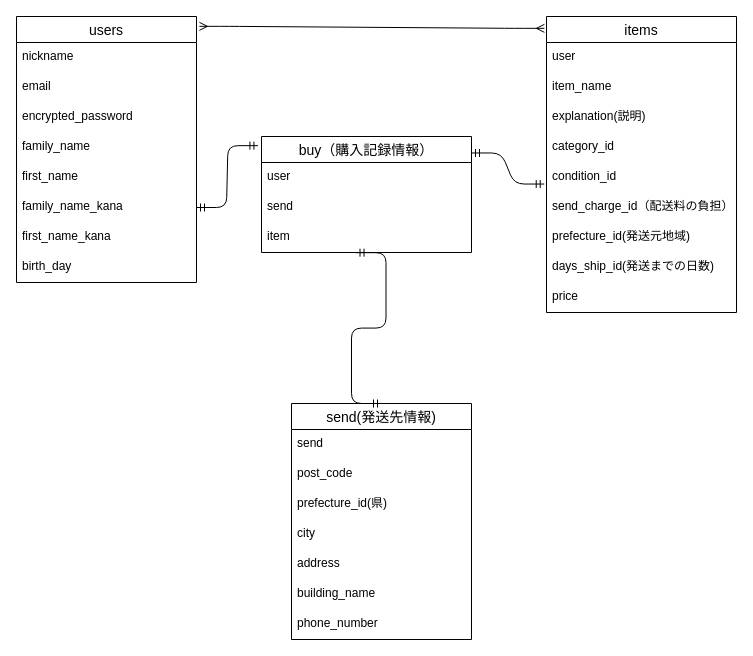
The draw.io diagram furima-37971.dio in monday0413/furima-37971, before the edit. Source tidied: cells renumbered, new cells numbered last; positions are measured from the earlier drawing's top-left corner, leaving out a move shared by most shapes. Both pictures are drawn from the tidied source at 100%, with x=0, y=0 at pixel (16, 16).
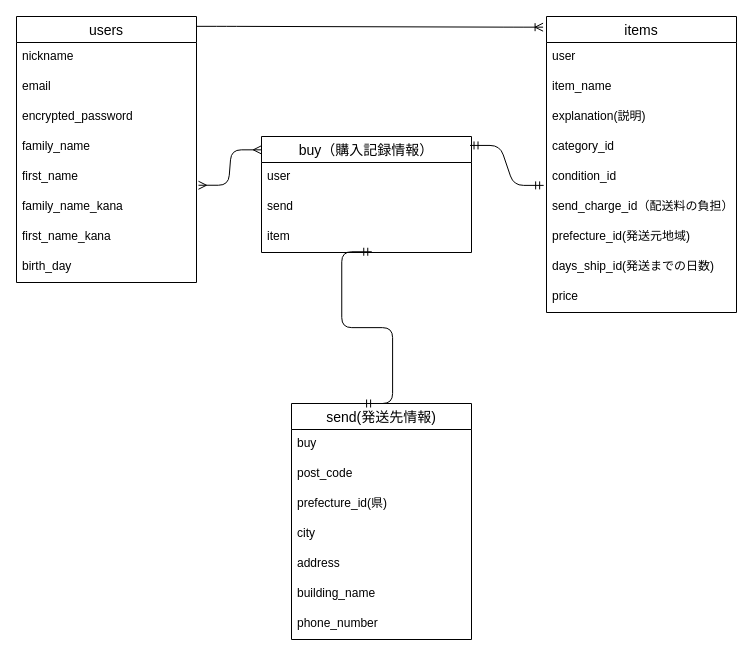
The same page after the edit.

Commit message (it also covers changes not shown here):
DB設計再修正

The change refers to these unchanged cells:
```xml
<mxCell id="2" value="users" style="swimlane;fontStyle=0;horizontal=1;startSize=26;align=center;fontSize=14;" parent="1" vertex="1">
  <mxGeometry width="180" height="266" as="geometry" />
</mxCell>
<mxCell id="7" value="first_name" style="text;strokeColor=none;fillColor=none;spacingLeft=4;spacingRight=4;overflow=hidden;points=[[0,0.5],[1,0.5]];portConstraint=eastwest;fontSize=12;" parent="2" vertex="1">
  <mxGeometry y="146" width="180" height="30" as="geometry" />
</mxCell>
<mxCell id="8" value="family_name_kana" style="text;strokeColor=none;fillColor=none;spacingLeft=4;spacingRight=4;overflow=hidden;points=[[0,0.5],[1,0.5]];portConstraint=eastwest;fontSize=12;" parent="2" vertex="1">
  <mxGeometry y="176" width="180" height="30" as="geometry" />
</mxCell>
<mxCell id="11" value="buy（購入記録情報） " style="swimlane;fontStyle=0;horizontal=1;startSize=26;align=center;fontSize=14;" parent="1" vertex="1">
  <mxGeometry x="245" y="120" width="210" height="116" as="geometry" />
</mxCell>
<mxCell id="14" value="item" style="text;strokeColor=none;fillColor=none;spacingLeft=4;spacingRight=4;overflow=hidden;points=[[0,0.5],[1,0.5]];portConstraint=eastwest;fontSize=12;" parent="11" vertex="1">
  <mxGeometry y="86" width="210" height="30" as="geometry" />
</mxCell>
<mxCell id="15" value="items" style="swimlane;fontStyle=0;horizontal=1;startSize=26;align=center;fontSize=14;" parent="1" vertex="1">
  <mxGeometry x="530" width="190" height="296" as="geometry" />
</mxCell>
<mxCell id="20" value="condition_id" style="text;strokeColor=none;fillColor=none;spacingLeft=4;spacingRight=4;overflow=hidden;points=[[0,0.5],[1,0.5]];portConstraint=eastwest;fontSize=12;" parent="15" vertex="1">
  <mxGeometry y="146" width="190" height="30" as="geometry" />
</mxCell>
<mxCell id="25" value="send(発送先情報)" style="swimlane;fontStyle=0;horizontal=1;startSize=26;align=center;fontSize=14;" parent="1" vertex="1">
  <mxGeometry x="275" y="387" width="180" height="236" as="geometry" />
</mxCell>
```

Diff of the diagram source:
```diff
@@
-    <mxCell id="26" value="send" style="text;strokeColor=none;fillColor=none;spacingLeft=4;spacingRight=4;overflow=hidden;fontSize=12;" parent="25" vertex="1">
+    <mxCell id="26" value="buy" style="text;strokeColor=none;fillColor=none;spacingLeft=4;spacingRight=4;overflow=hidden;fontSize=12;" parent="25" vertex="1">
       <mxGeometry y="26" width="180" height="30" as="geometry" />
     </mxCell>
@@
+    <mxCell id="34" style="edgeStyle=entityRelationEdgeStyle;fontSize=12;html=1;endArrow=ERoneToMany;exitX=1.001;exitY=0.037;exitDx=0;exitDy=0;exitPerimeter=0;entryX=-0.018;entryY=0.036;entryDx=0;entryDy=0;entryPerimeter=0;" parent="1" edge="1" source="2" target="15">
+      <mxGeometry relative="1" as="geometry" />
+    </mxCell>
+    <mxCell id="37" style="edgeStyle=entityRelationEdgeStyle;fontSize=12;html=1;endArrow=ERmany;startArrow=ERmany;exitX=1.011;exitY=0.758;exitDx=0;exitDy=0;exitPerimeter=0;entryX=-0.001;entryY=0.115;entryDx=0;entryDy=0;entryPerimeter=0;" parent="1" edge="1" source="7" target="11">
+      <mxGeometry relative="1" as="geometry" />
+    </mxCell>
+    <mxCell id="35" style="edgeStyle=entityRelationEdgeStyle;fontSize=12;html=1;endArrow=ERmandOne;startArrow=ERmandOne;exitX=0.993;exitY=0.077;exitDx=0;exitDy=0;exitPerimeter=0;entryX=-0.015;entryY=0.763;entryDx=0;entryDy=0;entryPerimeter=0;" parent="1" edge="1" source="11" target="20">
+      <mxGeometry relative="1" as="geometry" />
+    </mxCell>
-    <mxCell id="33" style="edgeStyle=entityRelationEdgeStyle;fontSize=12;html=1;endArrow=ERmandOne;startArrow=ERmandOne;exitX=0.5;exitY=0;exitDx=0;exitDy=0;entryX=0.45;entryY=1.006;entryDx=0;entryDy=0;entryPerimeter=0;" parent="1" edge="1" source="25" target="14">
+    <mxCell id="33" style="edgeStyle=entityRelationEdgeStyle;fontSize=12;html=1;endArrow=ERmandOne;startArrow=ERmandOne;exitX=0.395;exitY=0;exitDx=0;exitDy=0;exitPerimeter=0;entryX=0.525;entryY=0.975;entryDx=0;entryDy=0;entryPerimeter=0;" parent="1" edge="1" source="25" target="14">
       <mxGeometry relative="1" as="geometry" />
     </mxCell>
-    <mxCell id="34" style="edgeStyle=entityRelationEdgeStyle;fontSize=12;html=1;endArrow=ERmany;startArrow=ERmany;exitX=1.016;exitY=0.037;exitDx=0;exitDy=0;exitPerimeter=0;entryX=-0.011;entryY=0.04;entryDx=0;entryDy=0;entryPerimeter=0;" parent="1" edge="1" source="2" target="15">
-      <mxGeometry relative="1" as="geometry" />
-    </mxCell>
-    <mxCell id="35" style="edgeStyle=entityRelationEdgeStyle;fontSize=12;html=1;endArrow=ERmandOne;startArrow=ERmandOne;entryX=-0.012;entryY=0.718;entryDx=0;entryDy=0;exitX=1;exitY=0.142;exitDx=0;exitDy=0;entryPerimeter=0;exitPerimeter=0;" parent="1" edge="1" source="11" target="20">
-      <mxGeometry relative="1" as="geometry" />
-    </mxCell>
-    <mxCell id="36" style="edgeStyle=entityRelationEdgeStyle;fontSize=12;html=1;endArrow=ERmandOne;startArrow=ERmandOne;exitX=1;exitY=0.5;exitDx=0;exitDy=0;entryX=-0.017;entryY=0.079;entryDx=0;entryDy=0;entryPerimeter=0;" parent="1" edge="1" source="8" target="11">
-      <mxGeometry relative="1" as="geometry" />
-    </mxCell>
```
